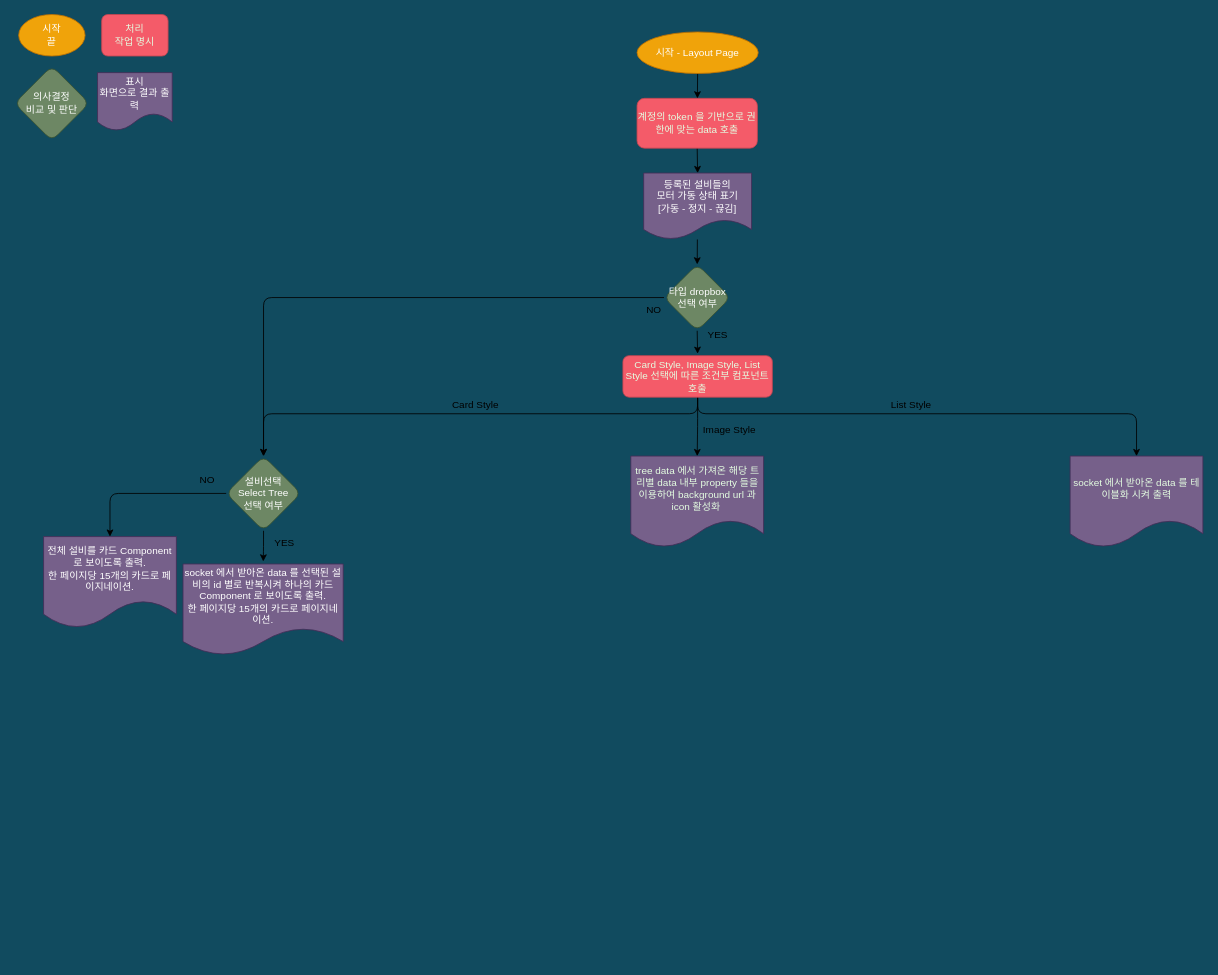
Above: layout-page.drawio in hws522/draw.io (draw.io), before the change. Source tidied: cells renumbered, new cells numbered last; positions are measured from the earlier drawing's top-left corner, leaving out a move shared by most shapes. Both pictures are drawn from the tidied source at 83%, with x=0, y=0 at pixel (14, 14).
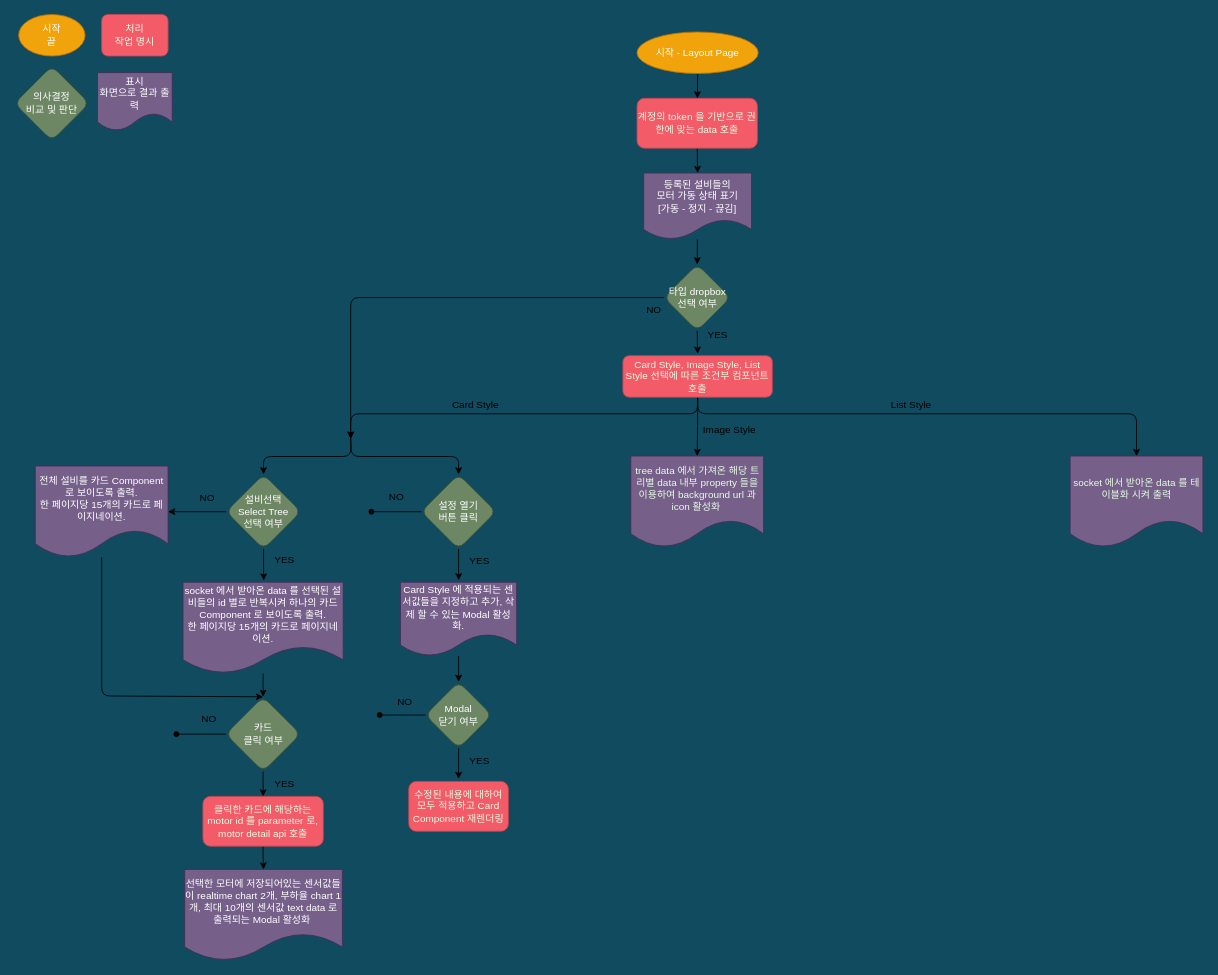
Above is the later version.

Commit message:
layout page flowchart cardtype

Unchanged cells that the change refers to:
```xml
<mxCell id="12" value="타입 dropbox&lt;br&gt;선택 여부" style="rhombus;whiteSpace=wrap;html=1;fillColor=#6d8764;strokeColor=#3A5431;fontColor=#ffffff;rounded=1;glass=0;strokeWidth=1;shadow=0;" parent="1" vertex="1">
  <mxGeometry x="782.5" y="301" width="80" height="80" as="geometry" />
</mxCell>
<mxCell id="20" value="Card Style, Image Style, List Style 선택에 따른 조건부 컴포넌트 호출" style="whiteSpace=wrap;html=1;fillColor=#F45B69;strokeColor=#C34651;fontColor=#E4FDE1;rounded=1;glass=0;strokeWidth=1;shadow=0;" parent="1" vertex="1">
  <mxGeometry x="733" y="411" width="180" height="50" as="geometry" />
</mxCell>
```

What changed in the source:
```diff
@@
-    <mxCell id="11" style="edgeStyle=orthogonalEdgeStyle;html=1;exitX=0;exitY=0.5;exitDx=0;exitDy=0;entryX=0.5;entryY=0;entryDx=0;entryDy=0;" parent="1" edge="1" source="12" target="25">
-      <mxGeometry relative="1" as="geometry" />
+    <mxCell id="11" style="edgeStyle=orthogonalEdgeStyle;html=1;exitX=0;exitY=0.5;exitDx=0;exitDy=0;" parent="1" edge="1" source="12">
+      <mxGeometry relative="1" as="geometry">
+        <mxPoint x="405" y="511" as="targetPoint" />
+        <Array as="points">
+          <mxPoint x="405" y="341" />
+        </Array>
+      </mxGeometry>
     </mxCell>
@@
-    <mxCell id="17" style="edgeStyle=orthogonalEdgeStyle;html=1;exitX=0.5;exitY=1;exitDx=0;exitDy=0;" parent="1" edge="1" source="20" target="25">
+    <mxCell id="17" style="edgeStyle=orthogonalEdgeStyle;html=1;exitX=0.5;exitY=1;exitDx=0;exitDy=0;" parent="1" edge="1" source="20">
       <mxGeometry relative="1" as="geometry">
+        <mxPoint x="405" y="511" as="targetPoint" />
         <Array as="points">
           <mxPoint x="823" y="481" />
-          <mxPoint x="300" y="481" />
+          <mxPoint x="405" y="481" />
         </Array>
       </mxGeometry>
     </mxCell>
@@
-    <mxCell id="23" style="edgeStyle=orthogonalEdgeStyle;html=1;entryX=0.5;entryY=0;entryDx=0;entryDy=0;" parent="1" edge="1" source="25" target="32">
-      <mxGeometry relative="1" as="geometry">
-        <Array as="points">
-          <mxPoint x="115" y="577" />
-        </Array>
-      </mxGeometry>
+    <mxCell id="23" style="edgeStyle=none;html=1;exitX=0;exitY=0.5;exitDx=0;exitDy=0;entryX=1;entryY=0.5;entryDx=0;entryDy=0;" parent="1" edge="1" source="25" target="32">
+      <mxGeometry relative="1" as="geometry" />
     </mxCell>
+    <mxCell id="33" style="edgeStyle=orthogonalEdgeStyle;html=1;exitX=0.5;exitY=0;exitDx=0;exitDy=0;endArrow=none;endFill=0;elbow=vertical;startArrow=classic;startFill=1;" parent="1" edge="1" source="25">
+      <mxGeometry relative="1" as="geometry">
+        <mxPoint x="405" y="510" as="targetPoint" />
+      </mxGeometry>
+    </mxCell>
-    <mxCell id="24" style="edgeStyle=orthogonalEdgeStyle;html=1;exitX=0.5;exitY=1;exitDx=0;exitDy=0;entryX=0.501;entryY=-0.028;entryDx=0;entryDy=0;entryPerimeter=0;" parent="1" edge="1" source="25" target="28">
+    <mxCell id="24" style="edgeStyle=orthogonalEdgeStyle;html=1;exitX=0.5;exitY=1;exitDx=0;exitDy=0;entryX=0.504;entryY=-0.019;entryDx=0;entryDy=0;entryPerimeter=0;startArrow=none;startFill=0;endArrow=classic;endFill=1;elbow=vertical;" parent="1" edge="1" source="25" target="28">
       <mxGeometry relative="1" as="geometry" />
     </mxCell>
     <mxCell id="25" value="설비선택&lt;br&gt;Select Tree&lt;br&gt;선택 여부" style="rhombus;whiteSpace=wrap;html=1;fillColor=#6d8764;strokeColor=#3A5431;fontColor=#ffffff;rounded=1;glass=0;strokeWidth=1;shadow=0;" parent="1" vertex="1">
-      <mxGeometry x="255" y="532" width="90" height="90" as="geometry" />
+      <mxGeometry x="255" y="554" width="90" height="90" as="geometry" />
     </mxCell>
     <mxCell id="26" value="NO" style="text;html=1;align=center;verticalAlign=middle;strokeColor=none;fillColor=none;" parent="1" vertex="1">
-      <mxGeometry x="212" y="546" width="40" height="30" as="geometry" />
+      <mxGeometry x="212" y="568" width="40" height="30" as="geometry" />
     </mxCell>
     <mxCell id="27" value="YES" style="text;html=1;align=center;verticalAlign=middle;strokeColor=none;fillColor=none;" parent="1" vertex="1">
-      <mxGeometry x="300" y="622" width="50" height="30" as="geometry" />
+      <mxGeometry x="300" y="642" width="50" height="30" as="geometry" />
     </mxCell>
+    <mxCell id="34" style="edgeStyle=none;html=1;entryX=0.5;entryY=0;entryDx=0;entryDy=0;" parent="1" edge="1" source="28" target="38">
+      <mxGeometry relative="1" as="geometry" />
+    </mxCell>
-    <mxCell id="28" value="socket 에서 받아온 data 를 선택된 설비의 id 별로 반복시켜 하나의 카드 Component 로 보이도록 출력.&lt;br&gt;한 페이지당 15개의 카드로 페이지네이션." style="shape=document;whiteSpace=wrap;html=1;boundedLbl=1;fillColor=#76608a;strokeColor=#432D57;fontColor=#ffffff;rounded=1;glass=0;strokeWidth=1;shadow=0;" parent="1" vertex="1">
-      <mxGeometry x="203" y="662" width="193" height="110" as="geometry" />
+    <mxCell id="28" value="socket 에서 받아온 data 를 선택된 설비들의 id 별로 반복시켜 하나의 카드 Component 로 보이도록 출력.&lt;br&gt;한 페이지당 15개의 카드로 페이지네이션." style="shape=document;whiteSpace=wrap;html=1;boundedLbl=1;fillColor=#76608a;strokeColor=#432D57;fontColor=#ffffff;rounded=1;glass=0;strokeWidth=1;shadow=0;" parent="1" vertex="1">
+      <mxGeometry x="203" y="684" width="193" height="110" as="geometry" />
     </mxCell>
@@
+    <mxCell id="35" style="edgeStyle=orthogonalEdgeStyle;html=1;entryX=0.5;entryY=0;entryDx=0;entryDy=0;" parent="1" edge="1" source="32" target="38">
+      <mxGeometry relative="1" as="geometry">
+        <Array as="points">
+          <mxPoint x="105" y="821" />
+          <mxPoint x="299" y="821" />
+        </Array>
+      </mxGeometry>
+    </mxCell>
     <mxCell id="32" value="전체 설비를 카드 Component 로 보이도록 출력.&lt;br&gt;한 페이지당 15개의 카드로 페이지네이션." style="shape=document;whiteSpace=wrap;html=1;boundedLbl=1;fillColor=#76608a;strokeColor=#432D57;fontColor=#ffffff;rounded=1;glass=0;strokeWidth=1;shadow=0;" parent="1" vertex="1">
-      <mxGeometry x="35" y="629" width="160" height="110" as="geometry" />
+      <mxGeometry x="25" y="544" width="160" height="110" as="geometry" />
     </mxCell>
+    <mxCell id="36" style="edgeStyle=orthogonalEdgeStyle;html=1;endArrow=oval;endFill=1;" parent="1" edge="1" source="38">
+      <mxGeometry relative="1" as="geometry">
+        <mxPoint x="195" y="867" as="targetPoint" />
+      </mxGeometry>
+    </mxCell>
+    <mxCell id="37" style="edgeStyle=orthogonalEdgeStyle;html=1;exitX=0.5;exitY=1;exitDx=0;exitDy=0;entryX=0.5;entryY=0;entryDx=0;entryDy=0;startArrow=none;startFill=0;endArrow=classic;endFill=1;elbow=vertical;" parent="1" edge="1" source="38" target="42">
+      <mxGeometry relative="1" as="geometry" />
+    </mxCell>
+    <mxCell id="38" value="카드&lt;br&gt;클릭 여부" style="rhombus;whiteSpace=wrap;html=1;fillColor=#6d8764;strokeColor=#3A5431;fontColor=#ffffff;rounded=1;glass=0;strokeWidth=1;shadow=0;" parent="1" vertex="1">
+      <mxGeometry x="254.5" y="822" width="90" height="90" as="geometry" />
+    </mxCell>
+    <mxCell id="39" value="NO" style="text;html=1;align=center;verticalAlign=middle;strokeColor=none;fillColor=none;" parent="1" vertex="1">
+      <mxGeometry x="214" y="834" width="40" height="30" as="geometry" />
+    </mxCell>
+    <mxCell id="40" value="YES" style="text;html=1;align=center;verticalAlign=middle;strokeColor=none;fillColor=none;" parent="1" vertex="1">
+      <mxGeometry x="300" y="912" width="50" height="30" as="geometry" />
+    </mxCell>
+    <mxCell id="41" style="edgeStyle=orthogonalEdgeStyle;html=1;endArrow=classic;endFill=1;" parent="1" edge="1" source="42" target="43">
+      <mxGeometry relative="1" as="geometry" />
+    </mxCell>
+    <mxCell id="42" value="클릭한 카드에 해당하는 motor id 를 parameter 로, motor detail api 호출" style="whiteSpace=wrap;html=1;fillColor=#F45B69;strokeColor=#C34651;fontColor=#E4FDE1;rounded=1;glass=0;strokeWidth=1;shadow=0;" parent="1" vertex="1">
+      <mxGeometry x="227" y="942" width="145" height="60" as="geometry" />
+    </mxCell>
+    <mxCell id="43" value="선택한 모터에 저장되어있는 센서값들이 realtime chart 2개, 부하율 chart 1개, 최대 10개의 센서값 text data 로 출력되는 Modal 활성화&amp;nbsp;" style="shape=document;whiteSpace=wrap;html=1;boundedLbl=1;fillColor=#76608a;strokeColor=#432D57;fontColor=#ffffff;rounded=1;glass=0;strokeWidth=1;shadow=0;" parent="1" vertex="1">
+      <mxGeometry x="205" y="1030" width="190" height="110" as="geometry" />
+    </mxCell>
+    <mxCell id="44" style="edgeStyle=orthogonalEdgeStyle;html=1;exitX=0;exitY=0.5;exitDx=0;exitDy=0;endArrow=oval;endFill=1;" parent="1" edge="1" source="47">
+      <mxGeometry relative="1" as="geometry">
+        <mxPoint x="430" y="599" as="targetPoint" />
+        <Array as="points">
+          <mxPoint x="460" y="599" />
+          <mxPoint x="460" y="599" />
+        </Array>
+      </mxGeometry>
+    </mxCell>
+    <mxCell id="45" style="edgeStyle=orthogonalEdgeStyle;html=1;exitX=0.5;exitY=1;exitDx=0;exitDy=0;endArrow=classic;endFill=1;entryX=0.501;entryY=-0.027;entryDx=0;entryDy=0;entryPerimeter=0;" parent="1" edge="1" source="47" target="50">
+      <mxGeometry relative="1" as="geometry" />
+    </mxCell>
+    <mxCell id="46" style="edgeStyle=orthogonalEdgeStyle;html=1;exitX=0.5;exitY=0;exitDx=0;exitDy=0;endArrow=none;endFill=0;elbow=vertical;startArrow=classic;startFill=1;" parent="1" edge="1" source="47">
+      <mxGeometry relative="1" as="geometry">
+        <mxPoint x="405" y="510" as="targetPoint" />
+      </mxGeometry>
+    </mxCell>
+    <mxCell id="47" value="설정 열기&lt;br&gt;버튼 클릭" style="rhombus;whiteSpace=wrap;html=1;fillColor=#6d8764;strokeColor=#3A5431;fontColor=#ffffff;rounded=1;glass=0;strokeWidth=1;shadow=0;" parent="1" vertex="1">
+      <mxGeometry x="490" y="554" width="90" height="90" as="geometry" />
+    </mxCell>
+    <mxCell id="48" value="NO" style="text;html=1;align=center;verticalAlign=middle;strokeColor=none;fillColor=none;" parent="1" vertex="1">
+      <mxGeometry x="439.5" y="566" width="40" height="30" as="geometry" />
+    </mxCell>
+    <mxCell id="49" style="edgeStyle=orthogonalEdgeStyle;html=1;entryX=0.5;entryY=0;entryDx=0;entryDy=0;startArrow=none;startFill=0;endArrow=classic;endFill=1;elbow=vertical;" parent="1" edge="1" source="50" target="54">
+      <mxGeometry relative="1" as="geometry" />
+    </mxCell>
+    <mxCell id="50" value="Card Style 에 적용되는 센서값들을 지정하고 추가, 삭제 할 수 있는 Modal 활성화." style="shape=document;whiteSpace=wrap;html=1;boundedLbl=1;fillColor=#76608a;strokeColor=#432D57;fontColor=#ffffff;rounded=1;glass=0;strokeWidth=1;shadow=0;" parent="1" vertex="1">
+      <mxGeometry x="465" y="684" width="140" height="89" as="geometry" />
+    </mxCell>
+    <mxCell id="51" value="YES" style="text;html=1;align=center;verticalAlign=middle;strokeColor=none;fillColor=none;" parent="1" vertex="1">
+      <mxGeometry x="535" y="644" width="50" height="30" as="geometry" />
+    </mxCell>
+    <mxCell id="52" style="edgeStyle=orthogonalEdgeStyle;html=1;exitX=0;exitY=0.5;exitDx=0;exitDy=0;endArrow=oval;endFill=1;" parent="1" edge="1" source="54">
+      <mxGeometry relative="1" as="geometry">
+        <mxPoint x="440" y="844" as="targetPoint" />
+      </mxGeometry>
+    </mxCell>
+    <mxCell id="53" style="edgeStyle=orthogonalEdgeStyle;html=1;endArrow=classic;endFill=1;" parent="1" edge="1" source="54">
+      <mxGeometry relative="1" as="geometry">
+        <mxPoint x="535" y="921" as="targetPoint" />
+      </mxGeometry>
+    </mxCell>
+    <mxCell id="54" value="Modal&lt;br&gt;닫기 여부" style="rhombus;whiteSpace=wrap;html=1;fillColor=#6d8764;strokeColor=#3A5431;fontColor=#ffffff;rounded=1;glass=0;strokeWidth=1;shadow=0;" parent="1" vertex="1">
+      <mxGeometry x="495" y="804" width="80" height="80" as="geometry" />
+    </mxCell>
+    <mxCell id="55" value="NO" style="text;html=1;align=center;verticalAlign=middle;strokeColor=none;fillColor=none;" parent="1" vertex="1">
+      <mxGeometry x="450" y="814" width="40" height="30" as="geometry" />
+    </mxCell>
+    <mxCell id="56" value="수정된 내용에 대하여 모두 적용하고 Card Component 재렌더링" style="whiteSpace=wrap;html=1;fillColor=#F45B69;strokeColor=#C34651;fontColor=#E4FDE1;rounded=1;glass=0;strokeWidth=1;shadow=0;" parent="1" vertex="1">
+      <mxGeometry x="475" y="924" width="120" height="60" as="geometry" />
+    </mxCell>
+    <mxCell id="57" value="YES" style="text;html=1;align=center;verticalAlign=middle;strokeColor=none;fillColor=none;" parent="1" vertex="1">
+      <mxGeometry x="535" y="884" width="50" height="30" as="geometry" />
+    </mxCell>
```
